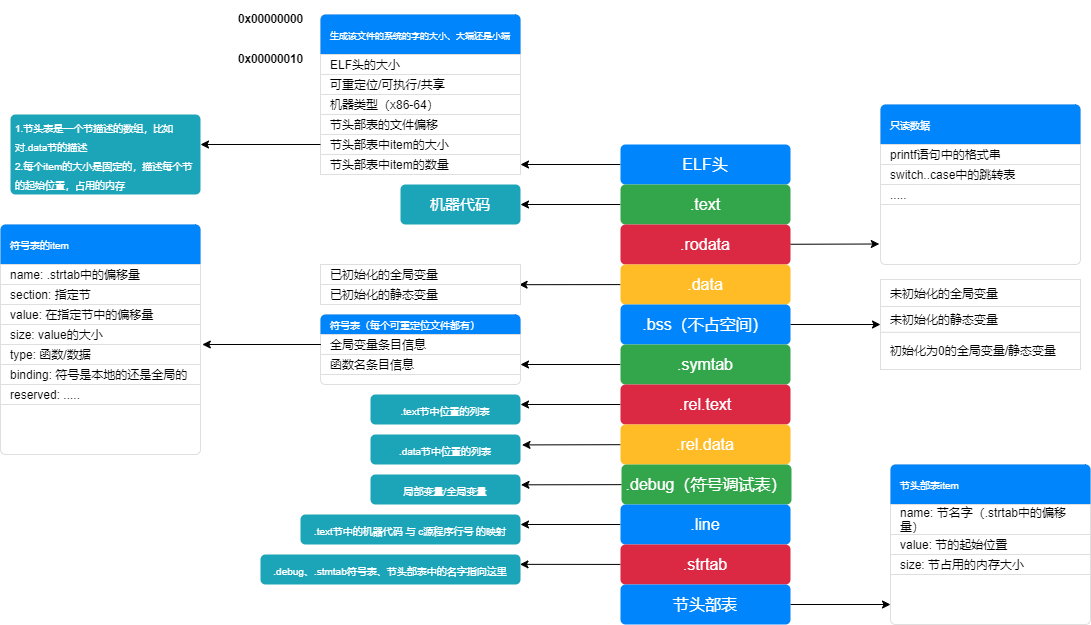
Above: 深入理解计算机系统/链接/ELF文件格式.drawio.png in xueyida/csappNote (draw.io), before the change. Source tidied: cells renumbered, new cells last; positions are measured from the earlier drawing's top-left corner, leaving out a move shared by most shapes.
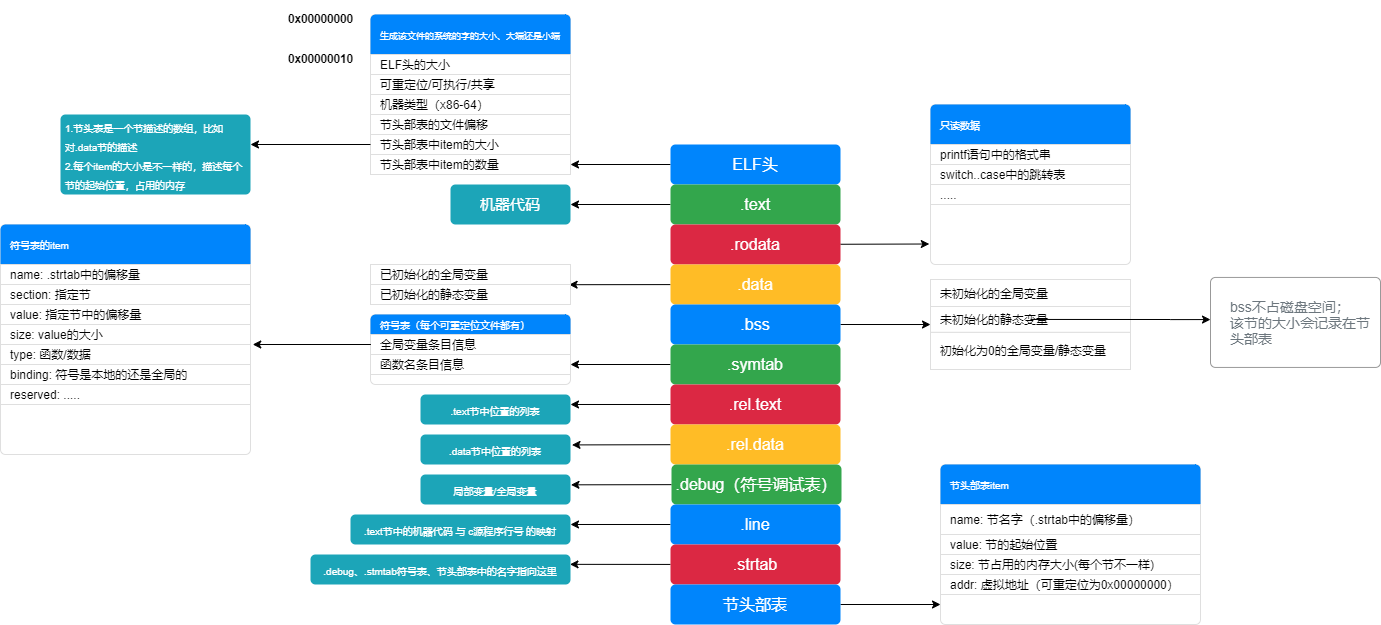
The same diagram one commit later.

The edit, as a diff of the source:
```diff
@@ -61,7 +61,7 @@
     <mxCell id="20" style="edgeStyle=none;rounded=0;jettySize=auto;html=1;entryX=0;entryY=0.696;entryDx=0;entryDy=0;entryPerimeter=0;fontColor=#6666FF;" parent="1" edge="1" source="21" target="49">
       <mxGeometry relative="1" as="geometry" />
     </mxCell>
-    <mxCell id="21" value=".bss（不占空间）" style="html=1;shadow=0;dashed=0;shape=mxgraph.bootstrap.rrect;rSize=5;strokeColor=none;strokeWidth=1;fillColor=#0085FC;fontColor=#FFFFFF;whiteSpace=wrap;align=center;verticalAlign=middle;spacingLeft=0;fontStyle=0;fontSize=16;spacing=5;" parent="1" vertex="1">
+    <mxCell id="21" value=".bss" style="html=1;shadow=0;dashed=0;shape=mxgraph.bootstrap.rrect;rSize=5;strokeColor=none;strokeWidth=1;fillColor=#0085FC;fontColor=#FFFFFF;whiteSpace=wrap;align=center;verticalAlign=middle;spacingLeft=0;fontStyle=0;fontSize=16;spacing=5;" parent="1" vertex="1">
       <mxGeometry x="620" y="300" width="170" height="40" as="geometry" />
     </mxCell>
     <mxCell id="22" style="edgeStyle=none;rounded=0;jettySize=auto;html=1;entryX=1;entryY=0.5;entryDx=0;entryDy=0;entryPerimeter=0;fontColor=#6666FF;" parent="1" edge="1" source="23" target="53">
@@ -112,7 +112,7 @@
     <mxCell id="36" value="节头部表" style="html=1;shadow=0;dashed=0;shape=mxgraph.bootstrap.rrect;rSize=5;strokeColor=none;strokeWidth=1;fillColor=#0085FC;fontColor=#FFFFFF;whiteSpace=wrap;align=center;verticalAlign=middle;spacingLeft=0;fontStyle=0;fontSize=16;spacing=5;" parent="1" vertex="1">
       <mxGeometry x="620" y="580" width="170" height="40" as="geometry" />
     </mxCell>
-    <mxCell id="37" value="&lt;span style=&quot;font-size: 10px&quot;&gt;1.节头表是一个节描述的数组，比如对.data节的描述&lt;br&gt;2.每个item的大小是固定的，描述每个节的起始位置，占用的内存&lt;/span&gt;" style="html=1;shadow=0;dashed=0;shape=mxgraph.bootstrap.rrect;rSize=5;strokeColor=none;strokeWidth=1;fillColor=#1CA5B8;fontColor=#FFFFFF;whiteSpace=wrap;align=left;verticalAlign=middle;spacingLeft=0;fontStyle=0;fontSize=16;spacing=5;" parent="1" vertex="1">
+    <mxCell id="37" value="&lt;span style=&quot;font-size: 10px&quot;&gt;1.节头表是一个节描述的数组，比如对.data节的描述&lt;br&gt;2.每个item的大小是不一样的，描述每个节的起始位置，占用的内存&lt;/span&gt;" style="html=1;shadow=0;dashed=0;shape=mxgraph.bootstrap.rrect;rSize=5;strokeColor=none;strokeWidth=1;fillColor=#1CA5B8;fontColor=#FFFFFF;whiteSpace=wrap;align=left;verticalAlign=middle;spacingLeft=0;fontStyle=0;fontSize=16;spacing=5;" parent="1" vertex="1">
       <mxGeometry x="10" y="110" width="190" height="80" as="geometry" />
     </mxCell>
     <mxCell id="38" value="&lt;font style=&quot;font-size: 15px&quot;&gt;机器代码&lt;/font&gt;" style="html=1;shadow=0;dashed=0;shape=mxgraph.bootstrap.rrect;rSize=5;strokeColor=none;strokeWidth=1;fillColor=#1CA5B8;fontColor=#FFFFFF;whiteSpace=wrap;align=center;verticalAlign=middle;spacingLeft=0;fontStyle=0;fontSize=16;spacing=5;" parent="1" vertex="1">
@@ -171,31 +171,31 @@
       <mxGeometry y="20" width="200" height="20" as="geometry" />
     </mxCell>
     <mxCell id="55" style="html=1;shadow=0;dashed=0;shape=mxgraph.bootstrap.rrect;rSize=5;strokeColor=#DFDFDF;html=1;whiteSpace=wrap;fillColor=#FFFFFF;fontColor=#000000;" parent="1" vertex="1">
-      <mxGeometry y="220" width="200" height="230" as="geometry" />
+      <mxGeometry x="-50" y="220" width="250" height="230" as="geometry" />
     </mxCell>
     <mxCell id="56" value="&lt;font size=&quot;1&quot;&gt;符号表的item&lt;/font&gt;" style="html=1;shadow=0;dashed=0;shape=mxgraph.bootstrap.topButton;rSize=5;strokeColor=none;fillColor=#0085FC;fontColor=#ffffff;perimeter=none;whiteSpace=wrap;align=left;spacing=10;" parent="55" vertex="1">
-      <mxGeometry width="200" height="40" relative="1" as="geometry" />
+      <mxGeometry width="250" height="40" relative="1" as="geometry" />
     </mxCell>
     <mxCell id="57" value="name: .strtab中的偏移量" style="strokeColor=inherit;fillColor=inherit;gradientColor=inherit;fontColor=inherit;html=1;shadow=0;dashed=0;perimeter=none;whiteSpace=wrap;align=left;spacing=10;" parent="55" vertex="1">
-      <mxGeometry y="40" width="200" height="20" as="geometry" />
+      <mxGeometry y="40" width="250" height="20" as="geometry" />
     </mxCell>
-    <mxCell id="58" value="value: 在指定节中的偏移量" style="strokeColor=inherit;fillColor=inherit;gradientColor=inherit;fontColor=inherit;html=1;shadow=0;dashed=0;perimeter=none;whiteSpace=wrap;align=left;spacing=10;" parent="55" vertex="1">
-      <mxGeometry y="80" width="200" height="20" as="geometry" />
+    <mxCell id="58" value="value: 指定节中的偏移量" style="strokeColor=inherit;fillColor=inherit;gradientColor=inherit;fontColor=inherit;html=1;shadow=0;dashed=0;perimeter=none;whiteSpace=wrap;align=left;spacing=10;" parent="55" vertex="1">
+      <mxGeometry y="80" width="250" height="20" as="geometry" />
     </mxCell>
     <mxCell id="59" value="section: 指定节" style="strokeColor=inherit;fillColor=inherit;gradientColor=inherit;fontColor=inherit;html=1;shadow=0;dashed=0;perimeter=none;whiteSpace=wrap;align=left;spacing=10;" parent="55" vertex="1">
-      <mxGeometry y="60" width="200" height="20" as="geometry" />
+      <mxGeometry y="60" width="250" height="20" as="geometry" />
     </mxCell>
     <mxCell id="60" value="size: value的大小" style="strokeColor=inherit;fillColor=inherit;gradientColor=inherit;fontColor=inherit;html=1;shadow=0;dashed=0;perimeter=none;whiteSpace=wrap;align=left;spacing=10;" parent="55" vertex="1">
-      <mxGeometry y="100" width="200" height="20" as="geometry" />
+      <mxGeometry y="100" width="250" height="20" as="geometry" />
     </mxCell>
     <mxCell id="61" value="type: 函数/数据" style="strokeColor=inherit;fillColor=inherit;gradientColor=inherit;fontColor=inherit;html=1;shadow=0;dashed=0;perimeter=none;whiteSpace=wrap;align=left;spacing=10;" parent="55" vertex="1">
-      <mxGeometry y="120" width="200" height="20" as="geometry" />
+      <mxGeometry y="120" width="250" height="20" as="geometry" />
     </mxCell>
     <mxCell id="62" value="binding: 符号是本地的还是全局的" style="strokeColor=inherit;fillColor=inherit;gradientColor=inherit;fontColor=inherit;html=1;shadow=0;dashed=0;perimeter=none;whiteSpace=wrap;align=left;spacing=10;" parent="55" vertex="1">
-      <mxGeometry y="140" width="200" height="20" as="geometry" />
+      <mxGeometry y="140" width="250" height="20" as="geometry" />
     </mxCell>
     <mxCell id="63" value="reserved: ....." style="strokeColor=inherit;fillColor=inherit;gradientColor=inherit;fontColor=inherit;html=1;shadow=0;dashed=0;perimeter=none;whiteSpace=wrap;align=left;spacing=10;" parent="55" vertex="1">
-      <mxGeometry y="160" width="200" height="20" as="geometry" />
+      <mxGeometry y="160" width="250" height="20" as="geometry" />
     </mxCell>
     <mxCell id="64" style="edgeStyle=none;rounded=0;jettySize=auto;html=1;entryX=1.009;entryY=0;entryDx=0;entryDy=0;entryPerimeter=0;fontColor=#6666FF;exitX=0.002;exitY=0.5;exitDx=0;exitDy=0;exitPerimeter=0;" parent="1" edge="1" source="54" target="61">
       <mxGeometry relative="1" as="geometry" />
@@ -213,22 +213,31 @@
       <mxGeometry x="300" y="510" width="220" height="30" as="geometry" />
     </mxCell>
     <mxCell id="69" style="html=1;shadow=0;dashed=0;shape=mxgraph.bootstrap.rrect;rSize=5;strokeColor=#DFDFDF;html=1;whiteSpace=wrap;fillColor=#FFFFFF;fontColor=#000000;" parent="1" vertex="1">
-      <mxGeometry x="890" y="460" width="200" height="160" as="geometry" />
+      <mxGeometry x="890" y="460" width="260" height="160" as="geometry" />
     </mxCell>
     <mxCell id="70" value="&lt;font size=&quot;1&quot;&gt;节头部表item&lt;/font&gt;" style="html=1;shadow=0;dashed=0;shape=mxgraph.bootstrap.topButton;rSize=5;strokeColor=none;fillColor=#0085FC;fontColor=#ffffff;perimeter=none;whiteSpace=wrap;align=left;spacing=10;" parent="69" vertex="1">
-      <mxGeometry width="200" height="40" relative="1" as="geometry" />
+      <mxGeometry width="260" height="40" relative="1" as="geometry" />
     </mxCell>
     <mxCell id="71" value="name: 节名字（.strtab中的偏移量）" style="strokeColor=inherit;fillColor=inherit;gradientColor=inherit;fontColor=inherit;html=1;shadow=0;dashed=0;perimeter=none;whiteSpace=wrap;align=left;spacing=10;" parent="69" vertex="1">
-      <mxGeometry y="40" width="200" height="30" as="geometry" />
+      <mxGeometry y="40" width="260" height="30" as="geometry" />
     </mxCell>
     <mxCell id="72" value="value: 节的起始位置" style="strokeColor=inherit;fillColor=inherit;gradientColor=inherit;fontColor=inherit;html=1;shadow=0;dashed=0;perimeter=none;whiteSpace=wrap;align=left;spacing=10;" parent="69" vertex="1">
-      <mxGeometry y="70" width="200" height="20" as="geometry" />
+      <mxGeometry y="70" width="260" height="20" as="geometry" />
     </mxCell>
-    <mxCell id="73" value="size: 节占用的内存大小" style="strokeColor=inherit;fillColor=inherit;gradientColor=inherit;fontColor=inherit;html=1;shadow=0;dashed=0;perimeter=none;whiteSpace=wrap;align=left;spacing=10;" parent="69" vertex="1">
-      <mxGeometry y="90" width="200" height="20" as="geometry" />
+    <mxCell id="73" value="size: 节占用的内存大小(每个节不一样)" style="strokeColor=inherit;fillColor=inherit;gradientColor=inherit;fontColor=inherit;html=1;shadow=0;dashed=0;perimeter=none;whiteSpace=wrap;align=left;spacing=10;" parent="69" vertex="1">
+      <mxGeometry y="90" width="260" height="20" as="geometry" />
     </mxCell>
+    <mxCell id="75" value="addr: 虚拟地址（可重定位为0x00000000）" style="strokeColor=inherit;fillColor=inherit;gradientColor=inherit;fontColor=inherit;html=1;shadow=0;dashed=0;perimeter=none;whiteSpace=wrap;align=left;spacing=10;" parent="69" vertex="1">
+      <mxGeometry y="110" width="260" height="20" as="geometry" />
+    </mxCell>
     <mxCell id="74" value="&lt;span style=&quot;font-size: 10px&quot;&gt;.debug、.stmtab符号表、节头部表中的名字指向这里&lt;/span&gt;" style="html=1;shadow=0;dashed=0;shape=mxgraph.bootstrap.rrect;rSize=5;strokeColor=none;strokeWidth=1;fillColor=#1CA5B8;fontColor=#FFFFFF;whiteSpace=wrap;align=center;verticalAlign=middle;spacingLeft=0;fontStyle=0;fontSize=16;spacing=5;" parent="1" vertex="1">
       <mxGeometry x="260" y="550" width="260" height="30" as="geometry" />
     </mxCell>
+    <mxCell id="76" value="bss不占磁盘空间；&lt;br&gt;该节的大小会记录在节头部表" style="html=1;shadow=0;dashed=0;shape=mxgraph.bootstrap.rrect;rSize=5;strokeColor=#999999;strokeWidth=1;fillColor=#FFFFFF;fontColor=#6C767D;whiteSpace=wrap;align=left;verticalAlign=middle;spacingLeft=10;fontSize=14;spacing=10;" parent="1" vertex="1">
+      <mxGeometry x="1160" y="272.9" width="170" height="90" as="geometry" />
+    </mxCell>
+    <mxCell id="77" style="edgeStyle=orthogonalEdgeStyle;rounded=0;jettySize=auto;html=1;entryX=0;entryY=0.468;entryDx=0;entryDy=0;entryPerimeter=0;" parent="1" edge="1" source="49" target="76">
+      <mxGeometry relative="1" as="geometry" />
+    </mxCell>
   </root>
 </mxGraphModel>
```
